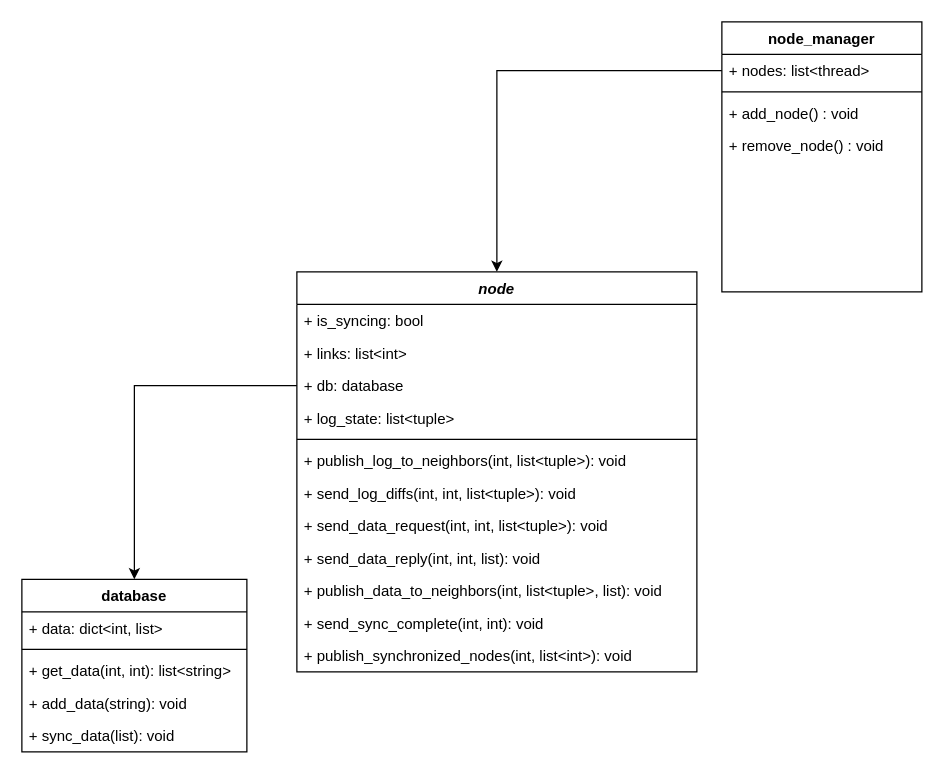
Before: dataSync.drawio in shakedt1/dataSync, a draw.io diagram. Source tidied: cells renumbered, new cells numbered last; positions are measured from the earlier drawing's top-left corner, leaving out a move shared by most shapes. Both pictures are drawn from the tidied source at 125%, with x=0, y=0 at pixel (21, 21).
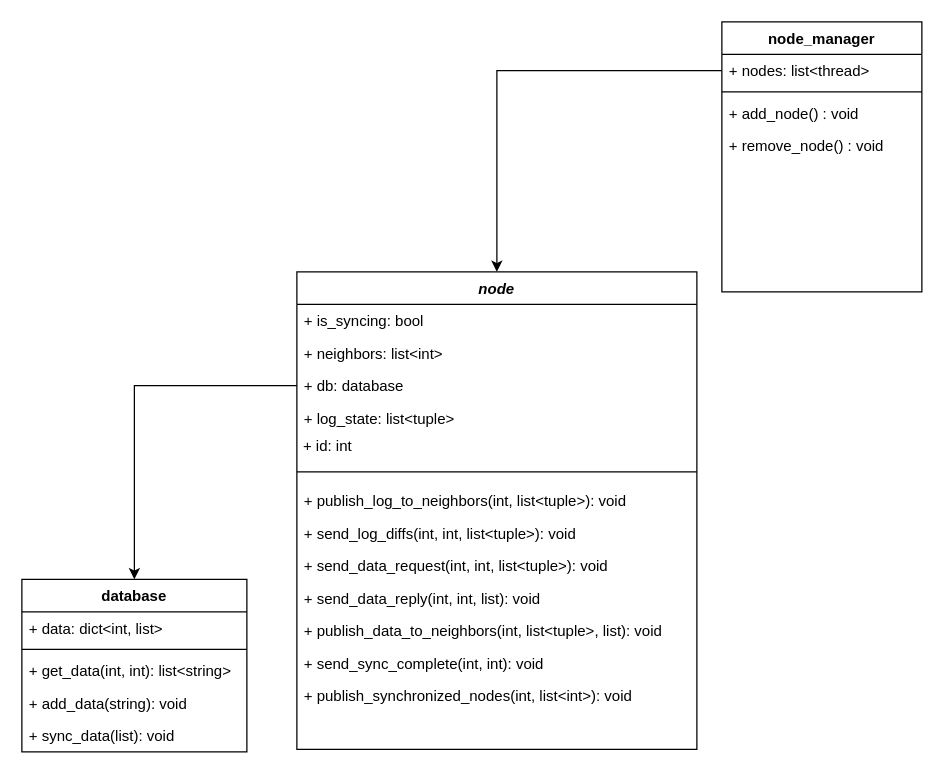
After the change.

The edit, as a diff of the source:
```diff
@@
     <mxCell id="2" value="node" style="swimlane;fontStyle=3;align=center;verticalAlign=top;horizontal=1;startSize=26;rounded=0;shadow=0;strokeWidth=1;" parent="1" vertex="1">
-      <mxGeometry x="220" y="200" width="320" height="320" as="geometry" />
+      <mxGeometry x="220" y="200" width="320" height="382" as="geometry" />
     </mxCell>
@@
-    <mxCell id="4" value="+ links: list&lt;int&gt;" style="text;align=left;verticalAlign=top;spacingLeft=4;spacingRight=4;overflow=hidden;rounded=0;shadow=0;html=0;" parent="2" vertex="1">
-      <mxGeometry y="52" width="320" height="26" as="geometry" />
-    </mxCell>
+    <mxCell id="28" value="+ neighbors: list&lt;int&gt;" style="text;align=left;verticalAlign=top;spacingLeft=4;spacingRight=4;overflow=hidden;rounded=0;shadow=0;html=0;" parent="2" vertex="1">
+      <mxGeometry y="52" width="320" height="26" as="geometry" />
+    </mxCell>
@@
-    <mxCell id="7" style="line;html=1;strokeWidth=1;align=left;verticalAlign=middle;spacingTop=-1;spacingLeft=3;spacingRight=3;labelPosition=right;" parent="2" vertex="1">
-      <mxGeometry y="130" width="320" height="8" as="geometry" />
-    </mxCell>
+    <mxCell id="29" value="&amp;nbsp;+ id: int" style="text;html=1;align=left;verticalAlign=middle;strokeColor=none;fillColor=none;" parent="2" vertex="1">
+      <mxGeometry y="130" width="320" height="20" as="geometry" />
+    </mxCell>
+    <mxCell id="30" style="line;html=1;strokeWidth=1;align=left;verticalAlign=middle;spacingTop=-1;spacingLeft=3;spacingRight=3;labelPosition=right;" parent="2" vertex="1">
+      <mxGeometry y="150" width="320" height="20" as="geometry" />
+    </mxCell>
     <mxCell id="8" value="+ publish_log_to_neighbors(int, list&lt;tuple&gt;): void" style="text;align=left;verticalAlign=top;spacingLeft=4;spacingRight=4;overflow=hidden;rounded=0;shadow=0;html=0;" parent="2" vertex="1">
-      <mxGeometry y="138" width="320" height="26" as="geometry" />
+      <mxGeometry y="170" width="320" height="26" as="geometry" />
     </mxCell>
     <mxCell id="9" value="+ send_log_diffs(int, int, list&lt;tuple&gt;): void" style="text;align=left;verticalAlign=top;spacingLeft=4;spacingRight=4;overflow=hidden;rounded=0;shadow=0;html=0;" parent="2" vertex="1">
-      <mxGeometry y="164" width="320" height="26" as="geometry" />
+      <mxGeometry y="196" width="320" height="26" as="geometry" />
     </mxCell>
     <mxCell id="10" value="+ send_data_request(int, int, list&lt;tuple&gt;): void" style="text;align=left;verticalAlign=top;spacingLeft=4;spacingRight=4;overflow=hidden;rounded=0;shadow=0;html=0;" parent="2" vertex="1">
-      <mxGeometry y="190" width="320" height="26" as="geometry" />
+      <mxGeometry y="222" width="320" height="26" as="geometry" />
     </mxCell>
     <mxCell id="11" value="+ send_data_reply(int, int, list): void" style="text;align=left;verticalAlign=top;spacingLeft=4;spacingRight=4;overflow=hidden;rounded=0;shadow=0;html=0;" parent="2" vertex="1">
-      <mxGeometry y="216" width="320" height="26" as="geometry" />
+      <mxGeometry y="248" width="320" height="26" as="geometry" />
     </mxCell>
     <mxCell id="12" value="+ publish_data_to_neighbors(int, list&lt;tuple&gt;, list): void" style="text;align=left;verticalAlign=top;spacingLeft=4;spacingRight=4;overflow=hidden;rounded=0;shadow=0;html=0;" parent="2" vertex="1">
-      <mxGeometry y="242" width="320" height="26" as="geometry" />
+      <mxGeometry y="274" width="320" height="26" as="geometry" />
     </mxCell>
     <mxCell id="13" value="+ send_sync_complete(int, int): void" style="text;align=left;verticalAlign=top;spacingLeft=4;spacingRight=4;overflow=hidden;rounded=0;shadow=0;html=0;" parent="2" vertex="1">
-      <mxGeometry y="268" width="320" height="26" as="geometry" />
+      <mxGeometry y="300" width="320" height="26" as="geometry" />
     </mxCell>
     <mxCell id="14" value="+ publish_synchronized_nodes(int, list&lt;int&gt;): void" style="text;align=left;verticalAlign=top;spacingLeft=4;spacingRight=4;overflow=hidden;rounded=0;shadow=0;html=0;" parent="2" vertex="1">
-      <mxGeometry y="294" width="320" height="26" as="geometry" />
+      <mxGeometry y="326" width="320" height="26" as="geometry" />
     </mxCell>
```
